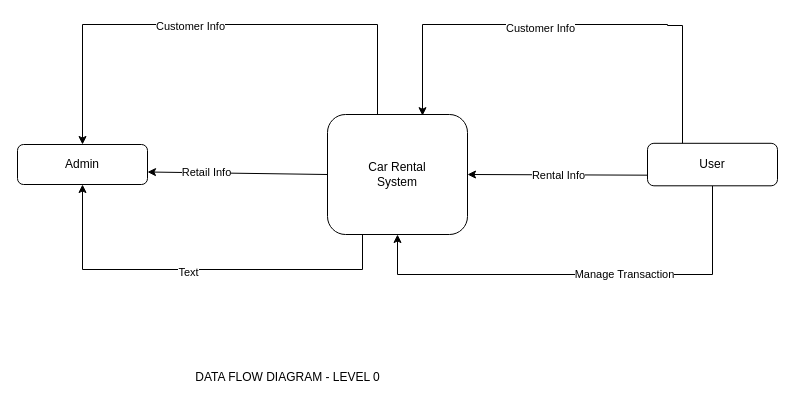
Ramoniswack/Car-Rental-Management-System keeps this draw.io diagram as Diagrams/DFD/Final/DrawIO files/DFD LEVEL 0_1 white.drawio. Above is the earlier version. Source tidied: cells renumbered, new cells numbered last; positions are measured from the earlier drawing's top-left corner, leaving out a move shared by most shapes. Both pictures are drawn from the tidied source at 100%, with x=0, y=0 at pixel (17, 24).
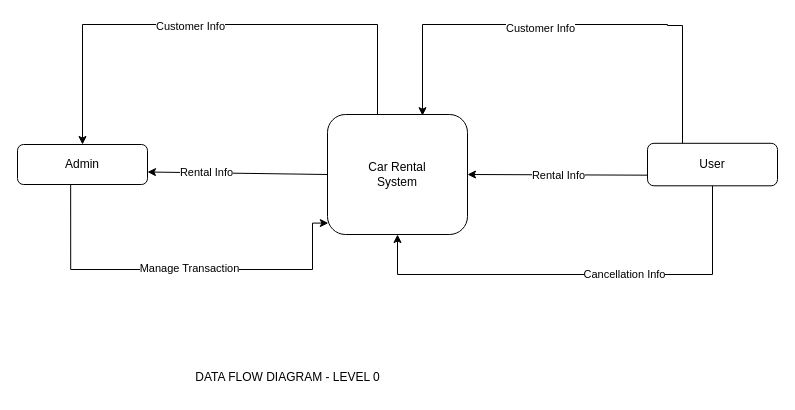
The same diagram, later.

The change refers to these unchanged cells:
```xml
<mxCell id="4" style="edgeStyle=orthogonalEdgeStyle;rounded=0;jettySize=auto;html=1;exitX=0.5;exitY=1;exitDx=0;exitDy=0;entryX=0.5;entryY=1;entryDx=0;entryDy=0;" parent="1" edge="1" source="11" target="8">
  <mxGeometry relative="1" as="geometry">
    <Array as="points">
      <mxPoint x="695" y="250" />
      <mxPoint x="380" y="250" />
    </Array>
  </mxGeometry>
</mxCell>
<mxCell id="8" value="Car Rental&lt;div&gt;System&lt;/div&gt;" style="rounded=1;whiteSpace=wrap;html=1;" parent="1" vertex="1">
  <mxGeometry x="310" y="90" width="140" height="120" as="geometry" />
</mxCell>
<mxCell id="12" value="Admin" style="rounded=1;whiteSpace=wrap;html=1;" parent="1" vertex="1">
  <mxGeometry y="120" width="130" height="40" as="geometry" />
</mxCell>
<mxCell id="13" style="endArrow=classic;html=1;rounded=0;entryX=1;entryY=0.5;entryDx=0;entryDy=0;exitX=0;exitY=0.5;exitDx=0;exitDy=0;" parent="1" edge="1" source="8">
  <mxGeometry relative="1" as="geometry">
    <mxPoint x="130" y="147.5" as="targetPoint" />
  </mxGeometry>
</mxCell>
```

Diff of the diagram source:
```diff
@@
-    <mxCell id="5" value="Manage Transaction" style="edgeLabel;html=1;align=center;verticalAlign=middle;" parent="4" vertex="1">
+    <mxCell id="5" value="Cancellation Info" style="edgeLabel;html=1;align=center;verticalAlign=middle;" parent="4" vertex="1">
       <mxGeometry x="-0.2" y="-1" relative="1" as="geometry" />
     </mxCell>
-    <mxCell id="6" style="edgeStyle=orthogonalEdgeStyle;rounded=0;jettySize=auto;html=1;exitX=0.25;exitY=1;exitDx=0;exitDy=0;entryX=0.5;entryY=1;entryDx=0;entryDy=0;" parent="1" edge="1" source="8" target="12">
+    <mxCell id="6" style="edgeStyle=orthogonalEdgeStyle;rounded=0;jettySize=auto;html=1;exitX=0.409;exitY=0.965;exitDx=0;exitDy=0;exitPerimeter=0;entryX=0.006;entryY=0.905;entryDx=0;entryDy=0;entryPerimeter=0;" parent="1" edge="1" source="12" target="8">
       <mxGeometry relative="1" as="geometry">
         <Array as="points">
-          <mxPoint x="345" y="245" />
-          <mxPoint x="65" y="245" />
+          <mxPoint x="53" y="245" />
+          <mxPoint x="295" y="245" />
+          <mxPoint x="295" y="199" />
         </Array>
       </mxGeometry>
     </mxCell>
-    <mxCell id="7" value="Text" style="edgeLabel;html=1;align=center;verticalAlign=middle;" parent="6" vertex="1">
+    <mxCell id="7" value="Manage Transaction" style="edgeLabel;html=1;align=center;verticalAlign=middle;" parent="6" vertex="1">
       <mxGeometry x="0.05" y="2" relative="1" as="geometry" />
     </mxCell>
@@
-    <mxCell id="14" value="Retail Info" style="edgeLabel;html=1;align=center;verticalAlign=middle;" parent="13" vertex="1">
+    <mxCell id="14" value="Rental Info" style="edgeLabel;html=1;align=center;verticalAlign=middle;" parent="13" vertex="1">
       <mxGeometry x="0.35" y="-1" relative="1" as="geometry" />
     </mxCell>
```
